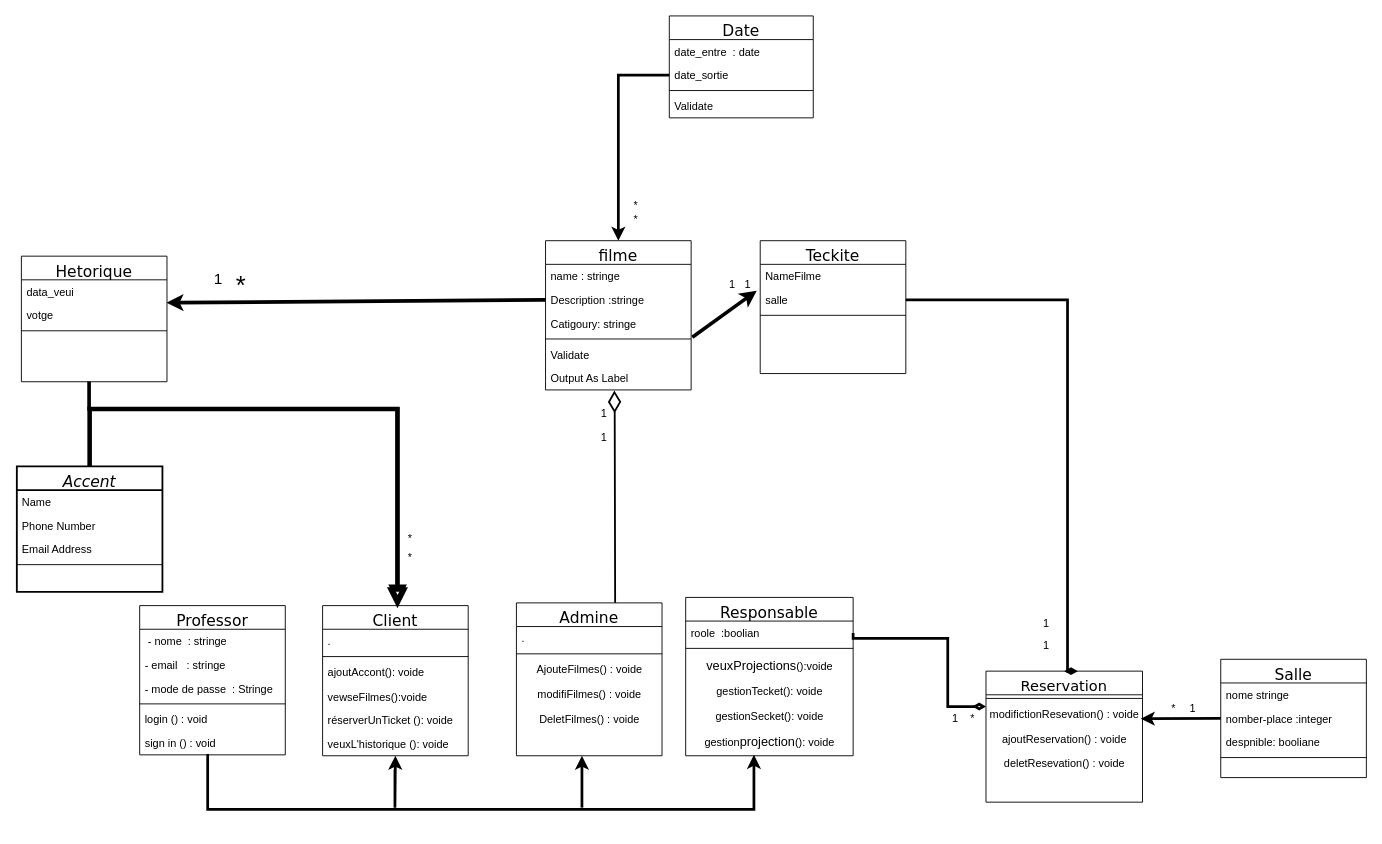
anouar36/brief_9_-Cinema keeps this draw.io diagram as Untitled Diagram.drawio. Above is the earlier version. Source tidied: cells renumbered, new cells numbered last; positions are measured from the earlier drawing's top-left corner, leaving out a move shared by most shapes. Both pictures are drawn from the tidied source at 91%, with x=0, y=0 at pixel (16, 15).
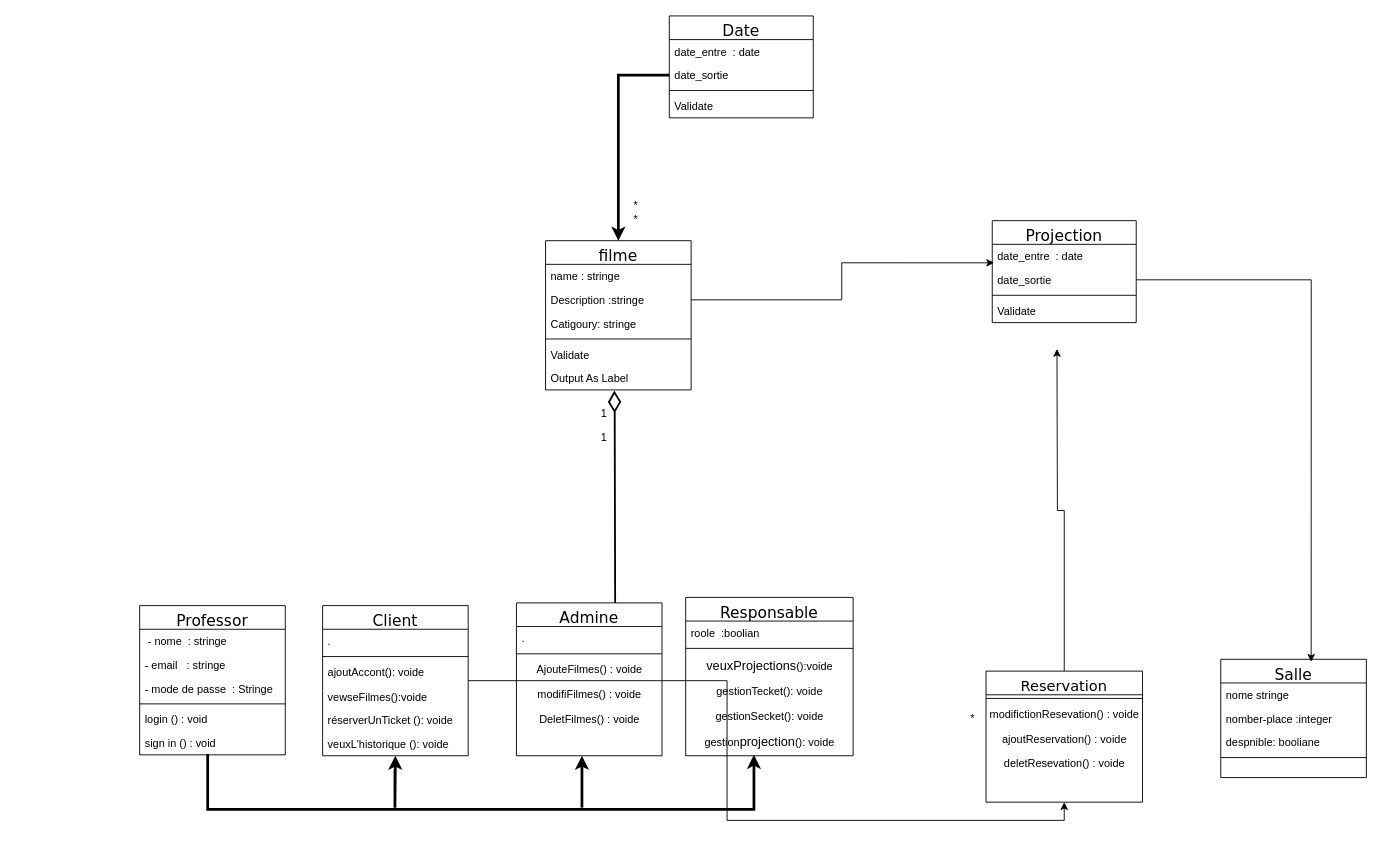
The same page after the edit.

Unchanged cells that the change refers to:
```xml
<mxCell id="7" value="Client" style="swimlane;fontStyle=0;align=center;verticalAlign=top;horizontal=1;startSize=26;rounded=0;shadow=0;strokeWidth=1;fontSize=17;fontFamily=Verdana;" parent="1" vertex="1">
  <mxGeometry x="336" y="648" width="160" height="165" as="geometry" />
</mxCell>
<mxCell id="17" value="Description :stringe " style="text;align=left;verticalAlign=top;spacingLeft=4;spacingRight=4;overflow=hidden;points=[[0,0.5],[1,0.5]];portConstraint=eastwest;rounded=0;shadow=0;html=0;" parent="15" vertex="1">
  <mxGeometry y="52" width="160" height="26" as="geometry" />
</mxCell>
<mxCell id="18" value="Catigoury: stringe" style="text;align=left;verticalAlign=top;spacingLeft=4;spacingRight=4;overflow=hidden;points=[[0,0.5],[1,0.5]];portConstraint=eastwest;rounded=0;shadow=0;html=0;" parent="15" vertex="1">
  <mxGeometry y="78" width="160" height="26" as="geometry" />
</mxCell>
<mxCell id="39" value="roole  :boolian" style="text;align=left;verticalAlign=top;spacingLeft=4;spacingRight=4;overflow=hidden;points=[[0,0.5],[1,0.5]];portConstraint=eastwest;" parent="38" vertex="1">
  <mxGeometry y="26" width="184" height="26" as="geometry" />
</mxCell>
<mxCell id="45" value="Reservation" style="swimlane;fontStyle=0;align=center;verticalAlign=top;horizontal=1;startSize=26;rounded=0;shadow=0;strokeWidth=1;fontSize=16;fontFamily=Verdana;" parent="1" vertex="1">
  <mxGeometry x="1065" y="720" width="172" height="144" as="geometry" />
</mxCell>
<mxCell id="47" value="modifictionResevation() : voide" style="text;html=1;align=center;verticalAlign=middle;points=[];strokeColor=none;fillColor=none;" parent="45" vertex="1">
  <mxGeometry y="34" width="172" height="27" as="geometry" />
</mxCell>
<mxCell id="60" value="Salle" style="swimlane;fontStyle=0;align=center;verticalAlign=top;horizontal=1;startSize=26;rounded=0;shadow=0;strokeWidth=1;fontSize=17;fontFamily=Verdana;" parent="1" vertex="1">
  <mxGeometry x="1323" y="707" width="160" height="130" as="geometry" />
</mxCell>
<mxCell id="62" value="nomber-place :integer" style="text;align=left;verticalAlign=top;spacingLeft=4;spacingRight=4;overflow=hidden;points=[[0,0.5],[1,0.5]];portConstraint=eastwest;rounded=0;shadow=0;html=0;" parent="60" vertex="1">
  <mxGeometry y="52" width="160" height="26" as="geometry" />
</mxCell>
```

Change to the diagram source:
```diff
@@
-    <mxCell id="2" value="Accent" style="swimlane;fontStyle=2;align=center;verticalAlign=top;horizontal=1;startSize=26;rounded=0;shadow=0;strokeWidth=2;fontSize=17;fontFamily=Verdana;" parent="1" vertex="1">
-      <mxGeometry y="495" width="160" height="138" as="geometry" />
-    </mxCell>
-    <mxCell id="3" value="Name" style="text;align=left;verticalAlign=top;spacingLeft=4;spacingRight=4;overflow=hidden;" parent="2" vertex="1">
-      <mxGeometry y="26" width="160" height="26" as="geometry" />
-    </mxCell>
-    <mxCell id="4" value="Phone Number" style="text;align=left;verticalAlign=top;spacingLeft=4;spacingRight=4;overflow=hidden;rounded=0;shadow=0;html=0;" parent="2" vertex="1">
-      <mxGeometry y="52" width="160" height="26" as="geometry" />
-    </mxCell>
-    <mxCell id="5" value="Email Address" style="text;align=left;verticalAlign=top;spacingLeft=4;spacingRight=4;overflow=hidden;rounded=0;shadow=0;html=0;" parent="2" vertex="1">
-      <mxGeometry y="78" width="160" height="26" as="geometry" />
-    </mxCell>
-    <mxCell id="6" style="line;html=1;strokeWidth=1;align=left;verticalAlign=middle;spacingTop=-1;spacingLeft=3;spacingRight=3;labelPosition=right;" parent="2" vertex="1">
-      <mxGeometry y="104" width="160" height="8" as="geometry" />
-    </mxCell>
+    <mxCell id="92" style="edgeStyle=orthogonalEdgeStyle;rounded=0;jettySize=auto;html=1;entryX=0.5;entryY=1;entryDx=0;entryDy=0;" parent="1" edge="1" source="7" target="45">
+      <mxGeometry relative="1" as="geometry" />
+    </mxCell>
@@
-    <mxCell id="14" style="endArrow=block;endSize=10;endFill=0;shadow=0;strokeWidth=5;rounded=0;curved=0;edgeStyle=elbowEdgeStyle;elbow=vertical;exitX=0.5;exitY=0;exitDx=0;exitDy=0;fontSize=4;entryX=0.514;entryY=0.017;entryDx=0;entryDy=0;entryPerimeter=0;" parent="1" edge="1" source="2" target="7">
-      <mxGeometry relative="1" as="geometry">
-        <Array as="points">
-          <mxPoint x="252.8" y="432" />
-        </Array>
-      </mxGeometry>
-    </mxCell>
@@
+    <mxCell id="93" style="edgeStyle=orthogonalEdgeStyle;rounded=0;jettySize=auto;html=1;" parent="1" edge="1" source="45">
+      <mxGeometry relative="1" as="geometry">
+        <mxPoint x="1143" y="366" as="targetPoint" />
+      </mxGeometry>
+    </mxCell>
@@
-    <mxCell id="50" value="Teckite" style="swimlane;fontStyle=0;align=center;verticalAlign=top;horizontal=1;startSize=26;rounded=0;shadow=0;strokeWidth=1;fontSize=17;fontFamily=Verdana;" parent="1" vertex="1">
-      <mxGeometry x="816.9" y="247" width="160" height="146" as="geometry" />
-    </mxCell>
-    <mxCell id="51" value="NameFilme" style="text;align=left;verticalAlign=top;spacingLeft=4;spacingRight=4;overflow=hidden;" parent="50" vertex="1">
-      <mxGeometry y="26" width="160" height="26" as="geometry" />
-    </mxCell>
-    <mxCell id="52" value="salle" style="text;align=left;verticalAlign=top;spacingLeft=4;spacingRight=4;overflow=hidden;points=[[0,0.5],[1,0.5]];portConstraint=eastwest;rounded=0;shadow=0;html=0;" parent="50" vertex="1">
-      <mxGeometry y="52" width="160" height="26" as="geometry" />
-    </mxCell>
-    <mxCell id="53" style="line;html=1;strokeWidth=1;align=left;verticalAlign=middle;spacingTop=-1;spacingLeft=3;spacingRight=3;labelPosition=right;" parent="50" vertex="1">
-      <mxGeometry y="78" width="160" height="8" as="geometry" />
-    </mxCell>
@@
-    <mxCell id="65" style="endArrow=classic;html=1;rounded=0;exitX=0;exitY=0.5;exitDx=0;exitDy=0;strokeWidth=3;entryX=0.989;entryY=0.679;entryDx=0;entryDy=0;entryPerimeter=0;" parent="1" edge="1" source="62" target="47">
-      <mxGeometry relative="1" as="geometry" />
-    </mxCell>
-    <mxCell id="66" style="endArrow=diamondThin;html=1;rounded=0;edgeStyle=elbowEdgeStyle;exitX=1;exitY=0.5;exitDx=0;exitDy=0;strokeWidth=3;endFill=1;entryX=0.5;entryY=0;entryDx=0;entryDy=0;" parent="1" edge="1" source="52" target="45">
-      <mxGeometry relative="1" as="geometry">
-        <Array as="points">
-          <mxPoint x="1154.6" y="443.8" />
-        </Array>
-      </mxGeometry>
-    </mxCell>
-    <mxCell id="67" style="endArrow=diamondThin;html=1;rounded=0;entryX=0;entryY=0.5;entryDx=0;entryDy=0;strokeWidth=3;endFill=0;edgeStyle=orthogonalEdgeStyle;exitX=1;exitY=0.5;exitDx=0;exitDy=0;" parent="1" edge="1" source="39">
-      <mxGeometry relative="1" as="geometry">
-        <mxPoint x="1065" y="759" as="targetPoint" />
-        <Array as="points">
-          <mxPoint x="919" y="684" />
-          <mxPoint x="1023" y="684" />
-          <mxPoint x="1023" y="759" />
-        </Array>
-      </mxGeometry>
-    </mxCell>
@@
-    <mxCell id="69" value="Hetorique" style="swimlane;fontStyle=0;align=center;verticalAlign=top;horizontal=1;startSize=26;rounded=0;shadow=0;strokeWidth=1;fontFamily=Verdana;fontSize=17;" parent="1" vertex="1">
-      <mxGeometry x="5" y="264" width="160" height="138" as="geometry" />
-    </mxCell>
-    <mxCell id="70" value="data_veui" style="text;align=left;verticalAlign=top;spacingLeft=4;spacingRight=4;overflow=hidden;points=[[0,0.5],[1,0.5]];portConstraint=eastwest;" parent="69" vertex="1">
-      <mxGeometry y="26" width="160" height="26" as="geometry" />
-    </mxCell>
-    <mxCell id="71" value="votge " style="text;align=left;verticalAlign=top;spacingLeft=4;spacingRight=4;overflow=hidden;rounded=0;shadow=0;html=0;" parent="69" vertex="1">
-      <mxGeometry y="52" width="160" height="26" as="geometry" />
-    </mxCell>
-    <mxCell id="72" style="line;html=1;strokeWidth=1;align=left;verticalAlign=middle;spacingTop=-1;spacingLeft=3;spacingRight=3;labelPosition=right;" parent="69" vertex="1">
-      <mxGeometry y="78" width="160" height="8" as="geometry" />
-    </mxCell>
-    <mxCell id="73" style="endArrow=block;endSize=10;endFill=0;shadow=0;strokeWidth=4;rounded=0;edgeStyle=elbowEdgeStyle;elbow=vertical;entryX=0.515;entryY=-0.017;entryDx=0;entryDy=0;entryPerimeter=0;exitX=0.459;exitY=0.984;exitDx=0;exitDy=0;exitPerimeter=0;" parent="1" edge="1" target="7">
-      <mxGeometry relative="1" as="geometry">
-        <mxPoint x="79.4" y="401.6" as="sourcePoint" />
-        <Array as="points">
-          <mxPoint x="230" y="432" />
-        </Array>
-      </mxGeometry>
-    </mxCell>
-    <mxCell id="74" style="endArrow=classic;html=1;rounded=0;entryX=-0.024;entryY=0.115;entryDx=0;entryDy=0;strokeWidth=4;entryPerimeter=0;exitX=1.008;exitY=1.079;exitDx=0;exitDy=0;exitPerimeter=0;" parent="1" edge="1" source="18" target="52">
-      <mxGeometry relative="1" as="geometry" />
-    </mxCell>
-    <mxCell id="75" style="endArrow=classic;html=1;rounded=0;exitX=0;exitY=0.5;exitDx=0;exitDy=0;entryX=0.997;entryY=0.969;entryDx=0;entryDy=0;entryPerimeter=0;strokeWidth=4;" parent="1" edge="1" source="17" target="70">
-      <mxGeometry relative="1" as="geometry" />
-    </mxCell>
-    <mxCell id="76" value="*" style="text;html=1;align=center;verticalAlign=middle;strokeColor=none;fillColor=none;strokeWidth=7;fontSize=28;" parent="1" vertex="1">
-      <mxGeometry x="231" y="271.5" width="30" height="48" as="geometry" />
-    </mxCell>
-    <mxCell id="77" value="1" style="text;html=1;align=center;verticalAlign=middle;strokeColor=none;fillColor=none;fontSize=17;" parent="1" vertex="1">
-      <mxGeometry x="207" y="273" width="27" height="33" as="geometry" />
-    </mxCell>
-    <mxCell id="78" value="*" style="text;html=1;align=center;verticalAlign=middle;strokeColor=none;fillColor=none;" parent="1" vertex="1">
-      <mxGeometry x="420" y="582" width="24" height="27" as="geometry" />
-    </mxCell>
-    <mxCell id="79" value="*" style="text;html=1;align=center;verticalAlign=middle;strokeColor=none;fillColor=none;" parent="1" vertex="1">
-      <mxGeometry x="420" y="561" width="24" height="27" as="geometry" />
-    </mxCell>
@@
-    <mxCell id="82" value="1" style="text;html=1;align=center;verticalAlign=middle;strokeColor=none;fillColor=none;" parent="1" vertex="1">
-      <mxGeometry x="772" y="282" width="27" height="27" as="geometry" />
-    </mxCell>
-    <mxCell id="83" value="1" style="text;html=1;align=center;verticalAlign=middle;strokeColor=none;fillColor=none;" parent="1" vertex="1">
-      <mxGeometry x="789.9" y="282" width="27" height="27" as="geometry" />
-    </mxCell>
-    <mxCell id="84" value="1" style="text;html=1;align=center;verticalAlign=middle;strokeColor=none;fillColor=none;" parent="1" vertex="1">
-      <mxGeometry x="1117" y="654" width="27" height="27" as="geometry" />
-    </mxCell>
-    <mxCell id="85" value="1" style="text;html=1;align=center;verticalAlign=middle;strokeColor=none;fillColor=none;" parent="1" vertex="1">
-      <mxGeometry x="1117" y="678" width="27" height="27" as="geometry" />
-    </mxCell>
-    <mxCell id="86" value="1" style="text;html=1;align=center;verticalAlign=middle;strokeColor=none;fillColor=none;" parent="1" vertex="1">
-      <mxGeometry x="1017" y="758.5" width="27" height="27" as="geometry" />
-    </mxCell>
@@
-    <mxCell id="88" value="*" style="text;html=1;align=center;verticalAlign=middle;strokeColor=none;fillColor=none;" parent="1" vertex="1">
-      <mxGeometry x="1259" y="747" width="24" height="27" as="geometry" />
-    </mxCell>
-    <mxCell id="89" value="1" style="text;html=1;align=center;verticalAlign=middle;strokeColor=none;fillColor=none;" parent="1" vertex="1">
-      <mxGeometry x="1278" y="747" width="27" height="27" as="geometry" />
-    </mxCell>
@@
+    <mxCell id="94" value="Projection" style="swimlane;fontStyle=0;align=center;verticalAlign=top;horizontal=1;startSize=26;rounded=0;shadow=0;strokeWidth=1;fontSize=17;fontFamily=Verdana;" parent="1" vertex="1">
+      <mxGeometry x="1071.9" y="225" width="158.2" height="112" as="geometry" />
+    </mxCell>
+    <mxCell id="95" value="date_entre  : date " style="text;align=left;verticalAlign=top;spacingLeft=4;spacingRight=4;overflow=hidden;" parent="94" vertex="1">
+      <mxGeometry y="26" width="158.2" height="26" as="geometry" />
+    </mxCell>
+    <mxCell id="96" value="date_sortie" style="text;align=left;verticalAlign=top;spacingLeft=4;spacingRight=4;overflow=hidden;points=[[0,0.5],[1,0.5]];portConstraint=eastwest;rounded=0;shadow=0;html=0;" parent="94" vertex="1">
+      <mxGeometry y="52" width="158.2" height="26" as="geometry" />
+    </mxCell>
+    <mxCell id="97" style="line;html=1;strokeWidth=1;align=left;verticalAlign=middle;spacingTop=-1;spacingLeft=3;spacingRight=3;labelPosition=right;" parent="94" vertex="1">
+      <mxGeometry y="78" width="158.2" height="8" as="geometry" />
+    </mxCell>
+    <mxCell id="98" value="Validate" style="text;align=left;verticalAlign=top;spacingLeft=4;spacingRight=4;overflow=hidden;" parent="94" vertex="1">
+      <mxGeometry y="86" width="158.2" height="26" as="geometry" />
+    </mxCell>
+    <mxCell id="99" style="edgeStyle=orthogonalEdgeStyle;rounded=0;jettySize=auto;html=1;exitX=1;exitY=0.5;exitDx=0;exitDy=0;entryX=0.013;entryY=-0.218;entryDx=0;entryDy=0;entryPerimeter=0;" parent="1" edge="1" source="17" target="96">
+      <mxGeometry relative="1" as="geometry" />
+    </mxCell>
+    <mxCell id="100" style="edgeStyle=orthogonalEdgeStyle;rounded=0;jettySize=auto;html=1;exitX=1;exitY=0.5;exitDx=0;exitDy=0;entryX=0.621;entryY=0.021;entryDx=0;entryDy=0;entryPerimeter=0;" parent="1" edge="1" source="96" target="60">
+      <mxGeometry relative="1" as="geometry" />
+    </mxCell>
```
